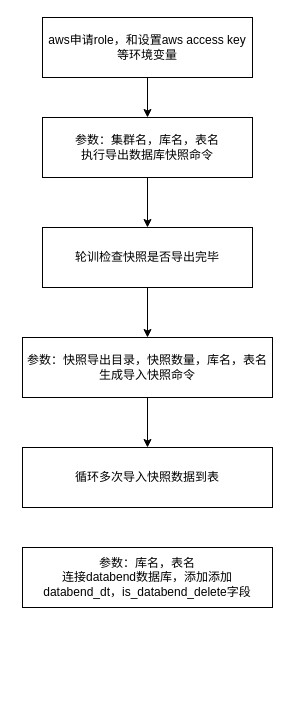
This is doc/aws跨站导出流程图.drawio from jackjoesh/databend, a draw.io file, before an edit. Source tidied: cells renumbered, new cells numbered last; positions are measured from the earlier drawing's top-left corner, leaving out a move shared by most shapes. Both pictures are drawn from the tidied source at 100%, with x=0, y=0 at pixel (22, 17).
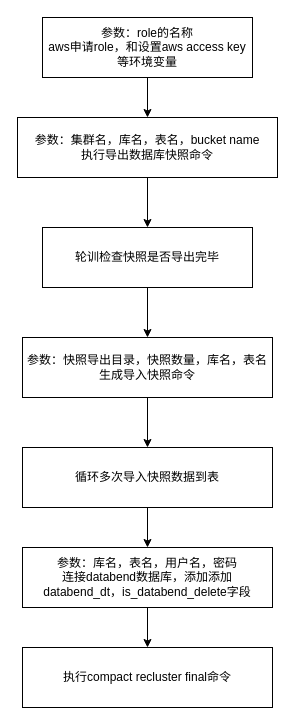
The same page after the edit.

Commit message:
更新aws跨站导出流程图.drawio

The edit, as a diff of the source:
```diff
@@
 <mxGraphModel>
   <root>
     <mxCell id="0" />
     <mxCell id="1" parent="0" />
     <mxCell id="2" style="edgeStyle=orthogonalEdgeStyle;rounded=0;jettySize=auto;html=1;exitX=0.5;exitY=1;exitDx=0;exitDy=0;entryX=0.5;entryY=0;entryDx=0;entryDy=0;" parent="1" edge="1" source="3" target="5">
       <mxGeometry relative="1" as="geometry" />
     </mxCell>
-    <mxCell id="3" value="aws申请role，和设置aws access key等环境变量" style="rounded=0;whiteSpace=wrap;html=1;" parent="1" vertex="1">
+    <mxCell id="3" value="参数：role的名称&lt;br&gt;aws申请role，和设置aws access key等环境变量" style="rounded=0;whiteSpace=wrap;html=1;" parent="1" vertex="1">
       <mxGeometry x="20" width="210" height="60" as="geometry" />
     </mxCell>
     <mxCell id="4" style="edgeStyle=orthogonalEdgeStyle;rounded=0;jettySize=auto;html=1;exitX=0.5;exitY=1;exitDx=0;exitDy=0;entryX=0.5;entryY=0;entryDx=0;entryDy=0;" parent="1" edge="1" source="5" target="7">
       <mxGeometry relative="1" as="geometry" />
     </mxCell>
-    <mxCell id="5" value="参数：集群名，库名，表名&lt;br&gt;执行导出数据库快照命令" style="rounded=0;whiteSpace=wrap;html=1;" parent="1" vertex="1">
-      <mxGeometry x="20" y="100" width="210" height="60" as="geometry" />
+    <mxCell id="5" value="参数：集群名，库名，表名，bucket name&lt;br&gt;执行导出数据库快照命令" style="rounded=0;whiteSpace=wrap;html=1;" parent="1" vertex="1">
+      <mxGeometry x="-5" y="100" width="260" height="60" as="geometry" />
     </mxCell>
     <mxCell id="6" style="edgeStyle=orthogonalEdgeStyle;rounded=0;jettySize=auto;html=1;exitX=0.5;exitY=1;exitDx=0;exitDy=0;" parent="1" edge="1" source="7" target="9">
       <mxGeometry relative="1" as="geometry" />
     </mxCell>
     <mxCell id="7" value="轮训检查快照是否导出完毕" style="rounded=0;whiteSpace=wrap;html=1;" parent="1" vertex="1">
       <mxGeometry x="20" y="210" width="210" height="60" as="geometry" />
     </mxCell>
     <mxCell id="8" style="edgeStyle=orthogonalEdgeStyle;rounded=0;jettySize=auto;html=1;exitX=0.5;exitY=1;exitDx=0;exitDy=0;entryX=0.5;entryY=0;entryDx=0;entryDy=0;" parent="1" edge="1" source="9" target="10">
       <mxGeometry relative="1" as="geometry" />
     </mxCell>
     <mxCell id="9" value="参数：快照导出目录，快照数量，库名，表名&lt;br&gt;生成导入快照命令" style="rounded=0;whiteSpace=wrap;html=1;" parent="1" vertex="1">
       <mxGeometry y="320" width="250" height="60" as="geometry" />
     </mxCell>
+    <mxCell id="12" style="edgeStyle=orthogonalEdgeStyle;rounded=0;jettySize=auto;html=1;exitX=0.5;exitY=1;exitDx=0;exitDy=0;entryX=0.5;entryY=0;entryDx=0;entryDy=0;" parent="1" edge="1" source="10" target="11">
+      <mxGeometry relative="1" as="geometry" />
+    </mxCell>
     <mxCell id="10" value="循环多次导入快照数据到表" style="rounded=0;whiteSpace=wrap;html=1;" parent="1" vertex="1">
       <mxGeometry y="430" width="250" height="60" as="geometry" />
     </mxCell>
+    <mxCell id="13" style="edgeStyle=orthogonalEdgeStyle;rounded=0;jettySize=auto;html=1;exitX=0.5;exitY=1;exitDx=0;exitDy=0;" parent="1" edge="1" source="11" target="14">
+      <mxGeometry relative="1" as="geometry" />
+    </mxCell>
-    <mxCell id="11" value="参数：库名，表名&lt;div&gt;连接databend数据库，添加添加databend_dt，is_databend_delete字段&lt;/div&gt;" style="rounded=0;whiteSpace=wrap;html=1;" parent="1" vertex="1">
+    <mxCell id="11" value="参数：库名，表名，用户名，密码&lt;div&gt;连接databend数据库，添加添加databend_dt，is_databend_delete字段&lt;/div&gt;" style="rounded=0;whiteSpace=wrap;html=1;" parent="1" vertex="1">
       <mxGeometry y="530" width="250" height="60" as="geometry" />
     </mxCell>
+    <mxCell id="14" value="执行compact recluster final命令" style="rounded=0;whiteSpace=wrap;html=1;" parent="1" vertex="1">
+      <mxGeometry y="630" width="250" height="60" as="geometry" />
+    </mxCell>
   </root>
 </mxGraphModel>
```
